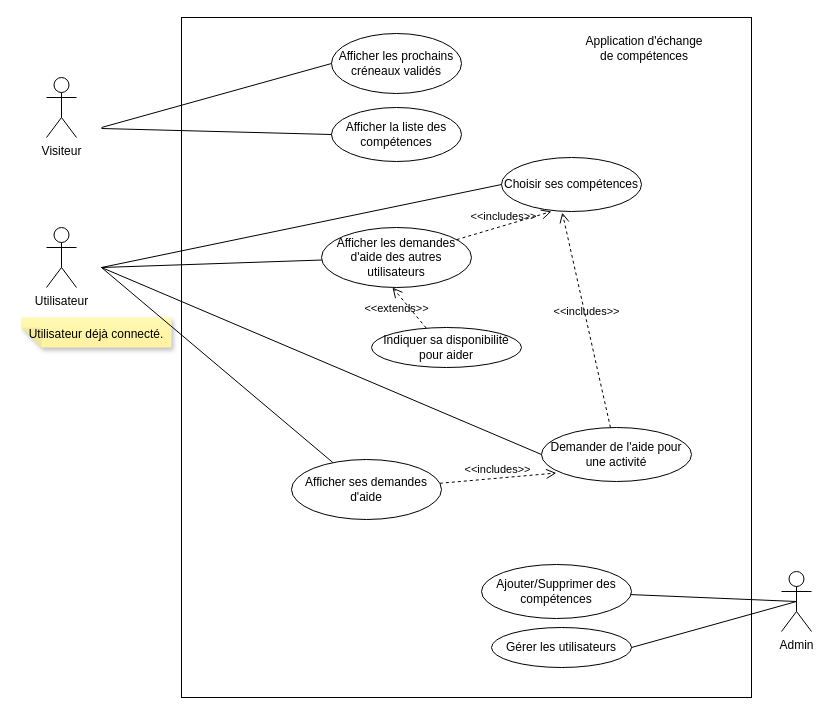
This is docs/evaldjango_use_cases.drawio from severinehmfms/evaldjango, a draw.io file, before an edit. Source tidied: cells renumbered, new cells numbered last; positions are measured from the earlier drawing's top-left corner, leaving out a move shared by most shapes. Both pictures are drawn from the tidied source at 100%, with x=0, y=0 at pixel (21, 17).
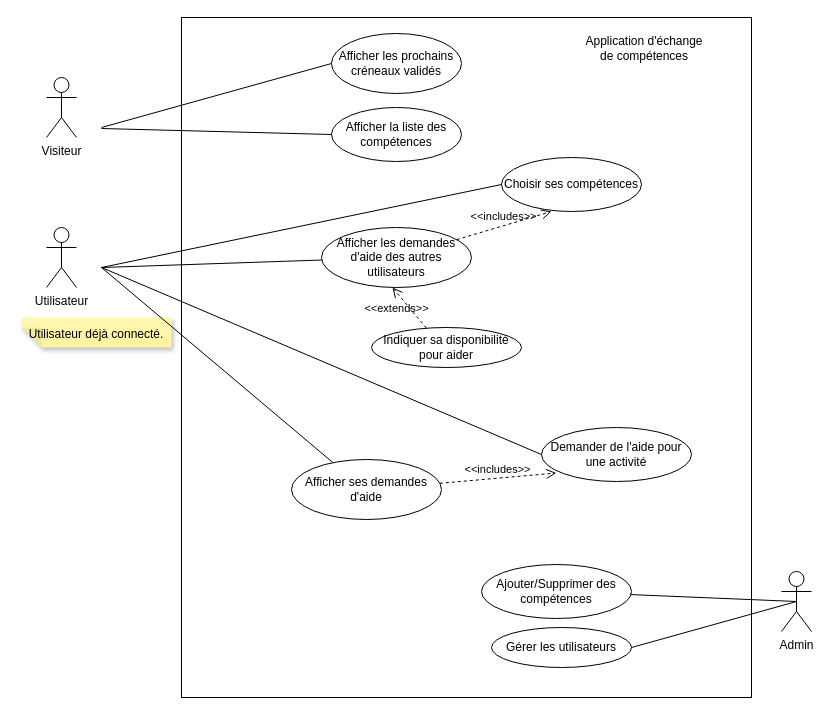
Above is the later version.

Commit message (it also covers changes not shown here):
petite correction diagramme use_cases

The change refers to these unchanged cells:
```xml
<mxCell id="8" value="Choisir ses compétences" style="ellipse;whiteSpace=wrap;html=1;" parent="1" vertex="1">
  <mxGeometry x="480" y="140" width="140" height="54" as="geometry" />
</mxCell>
<mxCell id="11" value="Demander de l'aide pour une activité" style="ellipse;whiteSpace=wrap;html=1;" parent="1" vertex="1">
  <mxGeometry x="520" y="410" width="150" height="54" as="geometry" />
</mxCell>
```

What changed in the source:
```diff
@@
-    <mxCell id="19" value="&amp;lt;&amp;lt;includes&amp;gt;&amp;gt;" style="endArrow=open;startArrow=none;endFill=0;startFill=0;endSize=8;html=1;verticalAlign=bottom;dashed=1;labelBackgroundColor=none;rounded=0;entryX=0.434;entryY=1.021;entryDx=0;entryDy=0;entryPerimeter=0;" parent="1" edge="1" source="11" target="8">
-      <mxGeometry relative="1" as="geometry" />
-    </mxCell>
```
